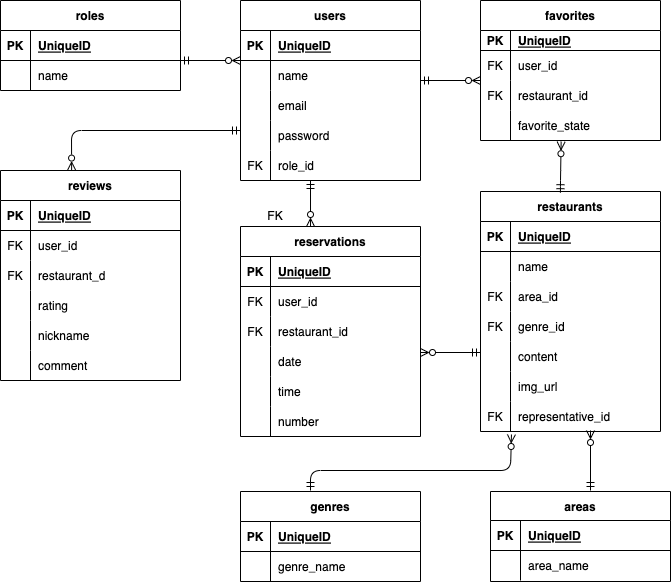
Above: src/index.drawio.png in hase-taka/reservation-system (draw.io), before the change. Source tidied: cells renumbered, new cells last; positions are measured from the earlier drawing's top-left corner, leaving out a move shared by most shapes.
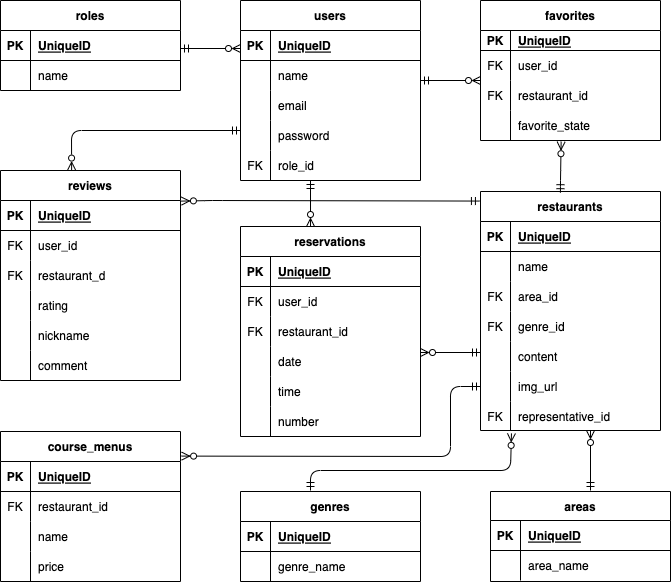
The same diagram one commit later.

What changed in the source:
```diff
@@ -147,7 +147,7 @@
       <mxGeometry x="30" width="150" height="30" as="geometry" />
     </mxCell>
     <mxCell id="50" value="restaurants" style="shape=table;startSize=30;rowLines=0;fontStyle=1;align=center;" parent="1" vertex="1">
-      <mxGeometry x="480" y="191" width="180" height="240" as="geometry" />
+      <mxGeometry x="480" y="191" width="180" height="239" as="geometry" />
     </mxCell>
     <mxCell id="51" style="shape=tableRow;horizontal=0;startSize=0;swimlaneHead=0;swimlaneBody=0;fillColor=none;top=0;left=0;right=0;bottom=1;" parent="50" vertex="1">
       <mxGeometry y="30" width="180" height="30" as="geometry" />
@@ -204,13 +204,13 @@
       <mxGeometry x="30" width="150" height="30" as="geometry" />
     </mxCell>
     <mxCell id="69" style="shape=tableRow;horizontal=0;startSize=0;swimlaneHead=0;swimlaneBody=0;fillColor=none;points=[[0,0.5],[1,0.5]];portConstraint=eastwest;top=0;left=0;right=0;bottom=0;" parent="50" vertex="1">
-      <mxGeometry y="210" width="180" height="30" as="geometry" />
+      <mxGeometry y="210" width="180" height="29" as="geometry" />
     </mxCell>
     <mxCell id="70" value="FK" style="shape=partialRectangle;fillColor=none;top=0;left=0;bottom=0;right=0;overflow=hidden;" parent="69" vertex="1">
-      <mxGeometry width="30" height="30" as="geometry" />
+      <mxGeometry width="30" height="29" as="geometry" />
     </mxCell>
     <mxCell id="71" value="representative_id" style="shape=partialRectangle;fillColor=none;top=0;left=0;bottom=0;right=0;align=left;spacingLeft=6;overflow=hidden;" parent="69" vertex="1">
-      <mxGeometry x="30" width="150" height="30" as="geometry" />
+      <mxGeometry x="30" width="150" height="29" as="geometry" />
     </mxCell>
     <mxCell id="72" style="fontSize=12;html=1;endArrow=ERzeroToMany;startArrow=ERmandOne;endFill=0;" parent="1" edge="1">
       <mxGeometry relative="1" as="geometry">
@@ -316,8 +316,8 @@
     </mxCell>
     <mxCell id="99" style="fontSize=12;html=1;endArrow=ERzeroToMany;startArrow=ERmandOne;endFill=0;" parent="1" edge="1">
       <mxGeometry relative="1" as="geometry">
-        <mxPoint x="180" y="60" as="sourcePoint" />
-        <mxPoint x="240" y="60" as="targetPoint" />
+        <mxPoint x="180" y="48" as="sourcePoint" />
+        <mxPoint x="240" y="48" as="targetPoint" />
       </mxGeometry>
     </mxCell>
     <mxCell id="100" value="reviews" style="shape=table;startSize=30;rowLines=0;fontStyle=1;align=center;" parent="1" vertex="1">
@@ -386,11 +386,61 @@
         </Array>
       </mxGeometry>
     </mxCell>
-    <mxCell id="120" style="shape=tableRow;horizontal=0;startSize=0;swimlaneHead=0;swimlaneBody=0;fillColor=none;top=0;left=0;right=0;bottom=0;" parent="1" vertex="1">
-      <mxGeometry x="260" y="200" width="180" height="30" as="geometry" />
-    </mxCell>
+    <mxCell id="122" value="course_menus" style="shape=table;startSize=30;rowLines=0;fontStyle=1;align=center;" parent="1" vertex="1">
+      <mxGeometry y="431" width="180" height="150" as="geometry" />
+    </mxCell>
+    <mxCell id="123" style="shape=tableRow;horizontal=0;startSize=0;swimlaneHead=0;swimlaneBody=0;fillColor=none;top=0;left=0;right=0;bottom=1;" parent="122" vertex="1">
+      <mxGeometry y="30" width="180" height="30" as="geometry" />
+    </mxCell>
+    <mxCell id="124" value="PK" style="shape=partialRectangle;fillColor=none;top=0;left=0;bottom=0;right=0;fontStyle=1;overflow=hidden;" parent="123" vertex="1">
+      <mxGeometry width="30" height="30" as="geometry" />
+    </mxCell>
+    <mxCell id="125" value="UniqueID" style="shape=partialRectangle;fillColor=none;top=0;left=0;bottom=0;right=0;align=left;spacingLeft=6;fontStyle=5;overflow=hidden;" parent="123" vertex="1">
+      <mxGeometry x="30" width="150" height="30" as="geometry" />
+    </mxCell>
+    <mxCell id="126" style="shape=tableRow;horizontal=0;startSize=0;swimlaneHead=0;swimlaneBody=0;fillColor=none;top=0;left=0;right=0;bottom=0;" parent="122" vertex="1">
+      <mxGeometry y="60" width="180" height="30" as="geometry" />
+    </mxCell>
-    <mxCell id="121" value="FK" style="shape=partialRectangle;fillColor=none;top=0;left=0;bottom=0;right=0;overflow=hidden;" parent="120" vertex="1">
+    <mxCell id="121" value="FK" style="shape=partialRectangle;fillColor=none;top=0;left=0;bottom=0;right=0;overflow=hidden;" parent="126" vertex="1">
       <mxGeometry width="30" height="30" as="geometry" />
     </mxCell>
+    <mxCell id="127" value="restaurant_id" style="shape=partialRectangle;fillColor=none;top=0;left=0;bottom=0;right=0;align=left;spacingLeft=6;overflow=hidden;" parent="126" vertex="1">
+      <mxGeometry x="30" width="150" height="30" as="geometry" />
+    </mxCell>
+    <mxCell id="128" style="shape=tableRow;horizontal=0;startSize=0;swimlaneHead=0;swimlaneBody=0;fillColor=none;top=0;left=0;right=0;bottom=0;" parent="122" vertex="1">
+      <mxGeometry y="90" width="180" height="30" as="geometry" />
+    </mxCell>
+    <mxCell id="129" style="shape=partialRectangle;fillColor=none;top=0;left=0;bottom=0;right=0;overflow=hidden;" parent="128" vertex="1">
+      <mxGeometry width="30" height="30" as="geometry" />
+    </mxCell>
+    <mxCell id="130" value="name" style="shape=partialRectangle;fillColor=none;top=0;left=0;bottom=0;right=0;align=left;spacingLeft=6;overflow=hidden;" parent="128" vertex="1">
+      <mxGeometry x="30" width="150" height="30" as="geometry" />
+    </mxCell>
+    <mxCell id="131" style="shape=tableRow;horizontal=0;startSize=0;swimlaneHead=0;swimlaneBody=0;fillColor=none;top=0;left=0;right=0;bottom=0;" parent="122" vertex="1">
+      <mxGeometry y="120" width="180" height="30" as="geometry" />
+    </mxCell>
+    <mxCell id="132" style="shape=partialRectangle;fillColor=none;top=0;left=0;bottom=0;right=0;overflow=hidden;" parent="131" vertex="1">
+      <mxGeometry width="30" height="30" as="geometry" />
+    </mxCell>
+    <mxCell id="133" value="price" style="shape=partialRectangle;fillColor=none;top=0;left=0;bottom=0;right=0;align=left;spacingLeft=6;overflow=hidden;" parent="131" vertex="1">
+      <mxGeometry x="30" width="150" height="30" as="geometry" />
+    </mxCell>
+    <mxCell id="134" style="fontSize=12;html=1;endArrow=ERzeroToMany;startArrow=ERmandOne;endFill=0;entryX=0.994;entryY=0.02;entryDx=0;entryDy=0;entryPerimeter=0;exitX=-0.006;exitY=0.04;exitDx=0;exitDy=0;exitPerimeter=0;" parent="1" edge="1" source="50">
+      <mxGeometry relative="1" as="geometry">
+        <mxPoint x="180.9" y="200.6" as="targetPoint" />
+        <Array as="points">
+          <mxPoint x="212" y="200" />
+        </Array>
+      </mxGeometry>
+    </mxCell>
+    <mxCell id="135" style="fontSize=12;html=1;endArrow=ERzeroToMany;startArrow=ERmandOne;endFill=0;entryX=1.006;entryY=0.124;entryDx=0;entryDy=0;entryPerimeter=0;exitX=0;exitY=0.5;exitDx=0;exitDy=0;" parent="1" edge="1" source="66">
+      <mxGeometry relative="1" as="geometry">
+        <mxPoint x="181.1" y="455.6" as="targetPoint" />
+        <Array as="points">
+          <mxPoint x="450" y="386" />
+          <mxPoint x="450" y="456" />
+        </Array>
+      </mxGeometry>
+    </mxCell>
   </root>
 </mxGraphModel>
```
